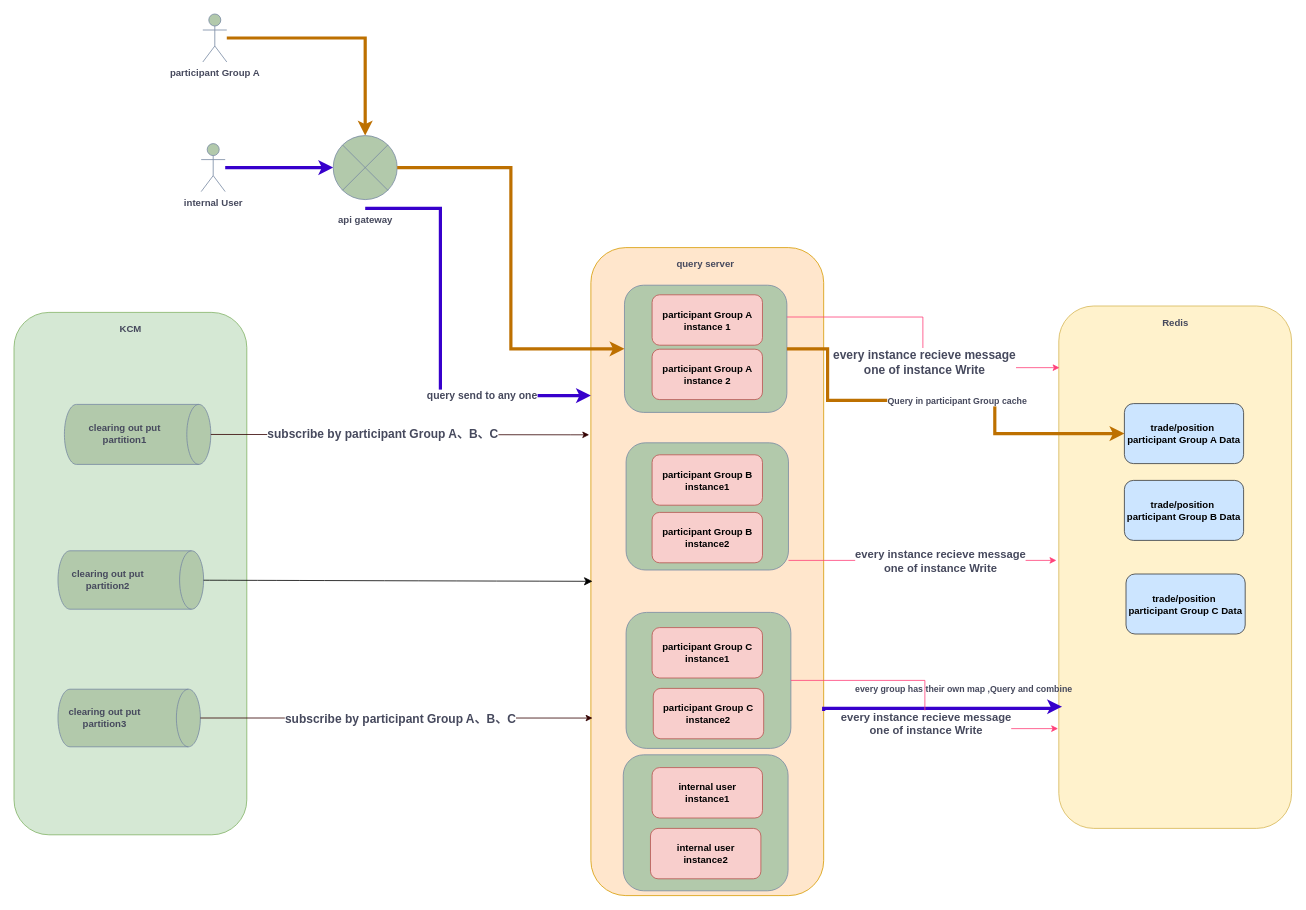
Above: Untitled Diagram.drawio in dcleon036/RedisLearn (draw.io), before the change. Source tidied: cells renumbered, new cells numbered last; positions are measured from the earlier drawing's top-left corner, leaving out a move shared by most shapes. Both pictures are drawn from the tidied source at 80%, with x=0, y=0 at pixel (14, 14).
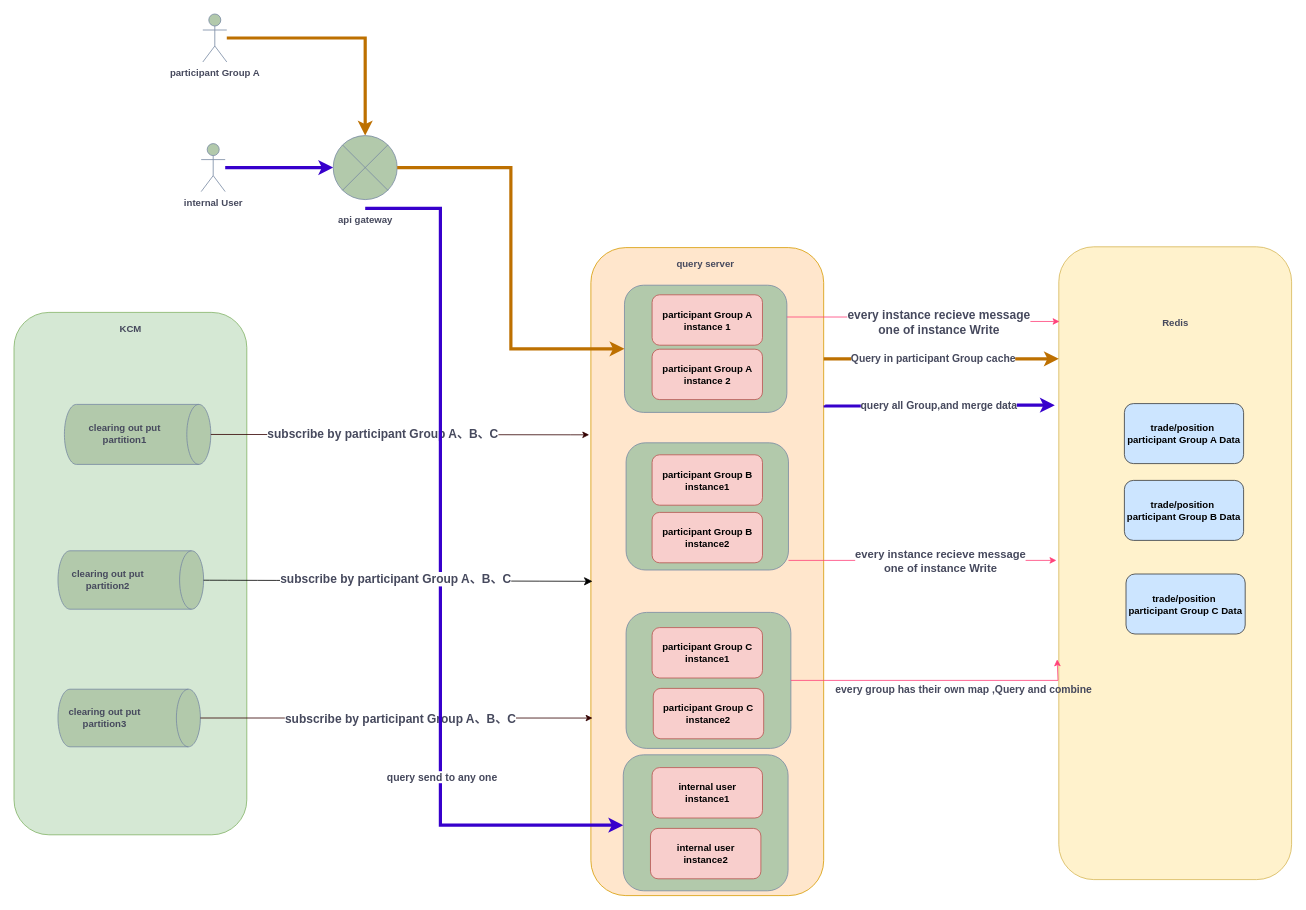
The same diagram, later.

The change refers to these unchanged cells:
```xml
<mxCell id="10" style="rounded=1;whiteSpace=wrap;html=1;fillColor=#ffe6cc;strokeColor=#d79b00;fontStyle=1;" parent="1" vertex="1">
  <mxGeometry x="721.1" y="292" width="291" height="810" as="geometry" />
</mxCell>
<mxCell id="17" value="api gateway" style="text;html=1;align=center;verticalAlign=middle;whiteSpace=wrap;rounded=0;fontColor=#46495D;fontStyle=1;" parent="1" vertex="1">
  <mxGeometry x="379.5" y="243" width="119" height="30" as="geometry" />
</mxCell>
<mxCell id="28" style="rounded=1;whiteSpace=wrap;html=1;strokeColor=#788AA3;fontColor=#46495D;fillColor=#B2C9AB;fontStyle=1;" parent="1" vertex="1">
  <mxGeometry x="765.1" y="748" width="206" height="170" as="geometry" />
</mxCell>
<mxCell id="36" style="rounded=1;whiteSpace=wrap;html=1;strokeColor=#788AA3;fontColor=#46495D;fillColor=#B2C9AB;fontStyle=1;" parent="1" vertex="1">
  <mxGeometry x="763.1" y="339" width="203" height="159" as="geometry" />
</mxCell>
<mxCell id="49" value="&lt;span style=&quot;text-wrap: nowrap;&quot;&gt;trade/position&amp;nbsp;&lt;br&gt;participant Group A Data&lt;/span&gt;" style="rounded=1;whiteSpace=wrap;html=1;strokeColor=#36393d;fillColor=#cce5ff;fontStyle=1;" parent="1" vertex="1">
  <mxGeometry x="1388" y="487" width="149" height="75" as="geometry" />
</mxCell>
<mxCell id="51" style="rounded=1;whiteSpace=wrap;html=1;strokeColor=#788AA3;fontColor=#46495D;fillColor=#B2C9AB;fontStyle=1;" parent="1" vertex="1">
  <mxGeometry x="761.6" y="926" width="206" height="170" as="geometry" />
</mxCell>
```

What changed in the source:
```diff
@@
     <mxCell id="22" style="rounded=1;whiteSpace=wrap;html=1;fillColor=#fff2cc;strokeColor=#d6b656;fontStyle=1;" parent="1" vertex="1">
-      <mxGeometry x="1306" y="365" width="291" height="653" as="geometry" />
+      <mxGeometry x="1306" y="291" width="291" height="791" as="geometry" />
     </mxCell>
@@
-    <mxCell id="25" style="edgeStyle=orthogonalEdgeStyle;rounded=0;jettySize=auto;html=1;strokeColor=#3700CC;fontColor=#46495D;fillColor=#6a00ff;strokeWidth=4;align=center;verticalAlign=middle;fontFamily=Helvetica;fontSize=11;labelBackgroundColor=default;endArrow=classic;exitX=0.5;exitY=0;exitDx=0;exitDy=0;fontStyle=1;" parent="1" edge="1" source="17" target="10">
+    <mxCell id="25" style="edgeStyle=orthogonalEdgeStyle;rounded=0;jettySize=auto;html=1;strokeColor=#3700CC;fontColor=#46495D;fillColor=#6a00ff;strokeWidth=4;align=center;verticalAlign=middle;fontFamily=Helvetica;fontSize=11;labelBackgroundColor=default;endArrow=classic;exitX=0.5;exitY=0;exitDx=0;exitDy=0;fontStyle=1;" parent="1" edge="1" source="17" target="51">
       <mxGeometry relative="1" as="geometry">
         <Array as="points">
           <mxPoint x="533" y="243" />
-          <mxPoint x="533" y="477" />
+          <mxPoint x="533" y="1014" />
         </Array>
       </mxGeometry>
     </mxCell>
@@
-    <mxCell id="40" style="edgeStyle=orthogonalEdgeStyle;rounded=0;jettySize=auto;html=1;strokeColor=#BD7000;fontColor=#46495D;fillColor=#f0a30a;strokeWidth=4;exitX=1;exitY=0.5;exitDx=0;exitDy=0;fontStyle=1;entryX=0;entryY=0.5;entryDx=0;entryDy=0;" parent="1" edge="1" source="36" target="49">
+    <mxCell id="40" style="edgeStyle=orthogonalEdgeStyle;rounded=0;jettySize=auto;html=1;strokeColor=#BD7000;fontColor=#46495D;fillColor=#f0a30a;strokeWidth=4;fontStyle=1;" parent="1" edge="1" source="10" target="22">
       <mxGeometry relative="1" as="geometry">
         <Array as="points">
-          <mxPoint x="1017" y="483" />
-          <mxPoint x="1226" y="483" />
-          <mxPoint x="1226" y="525" />
+          <mxPoint x="1231" y="431" />
+          <mxPoint x="1231" y="431" />
         </Array>
       </mxGeometry>
     </mxCell>
-    <mxCell id="41" value="Query in participant Group cache" style="edgeLabel;html=1;align=center;verticalAlign=middle;strokeColor=#788AA3;fontColor=#46495D;fillColor=#B2C9AB;fontStyle=1;" parent="40" vertex="1">
-      <mxGeometry x="0.05" relative="1" as="geometry" />
+    <mxCell id="41" value="&lt;font style=&quot;font-size: 13px;&quot;&gt;Query in participant Group cache&lt;/font&gt;" style="edgeLabel;html=1;align=center;verticalAlign=middle;strokeColor=#788AA3;fontColor=#46495D;fillColor=#B2C9AB;fontStyle=1;" parent="40" vertex="1">
+      <mxGeometry x="0.05" relative="1" as="geometry">
+        <mxPoint x="-18" y="-2" as="offset" />
+      </mxGeometry>
     </mxCell>
-    <mxCell id="42" style="edgeStyle=orthogonalEdgeStyle;rounded=0;jettySize=auto;html=1;entryX=0.014;entryY=0.767;entryDx=0;entryDy=0;strokeColor=#3700CC;fontColor=#46495D;fillColor=#6a00ff;strokeWidth=4;align=center;verticalAlign=middle;fontFamily=Helvetica;fontSize=11;labelBackgroundColor=default;endArrow=classic;entryPerimeter=0;fontStyle=1;exitX=1;exitY=0.715;exitDx=0;exitDy=0;exitPerimeter=0;" parent="1" edge="1" source="10" target="22">
-      <mxGeometry relative="1" as="geometry">
-        <Array as="points">
-          <mxPoint x="1012" y="868" />
-          <mxPoint x="1298" y="868" />
-          <mxPoint x="1298" y="866" />
-        </Array>
-      </mxGeometry>
-    </mxCell>
-    <mxCell id="43" style="edgeLabel;html=1;align=center;verticalAlign=middle;strokeColor=#788AA3;fontColor=#46495D;fillColor=#B2C9AB;fontStyle=1;" parent="42" vertex="1">
-      <mxGeometry x="-0.13" relative="1" as="geometry">
-        <mxPoint x="-1" as="offset" />
-      </mxGeometry>
-    </mxCell>
-    <mxCell id="44" style="edgeStyle=orthogonalEdgeStyle;rounded=0;jettySize=auto;html=1;entryX=-0.003;entryY=0.809;entryDx=0;entryDy=0;strokeColor=#FF4079;fontColor=#46495D;fillColor=#ffff88;exitX=1;exitY=0.5;exitDx=0;exitDy=0;entryPerimeter=0;fontStyle=1;" parent="1" edge="1" source="28" target="22">
-      <mxGeometry relative="1" as="geometry" />
+    <mxCell id="44" style="edgeStyle=orthogonalEdgeStyle;rounded=0;jettySize=auto;html=1;entryX=-0.007;entryY=0.652;entryDx=0;entryDy=0;strokeColor=#FF4079;fontColor=#46495D;fillColor=#ffff88;exitX=1;exitY=0.5;exitDx=0;exitDy=0;entryPerimeter=0;fontStyle=1;" parent="1" edge="1" source="28" target="22">
+      <mxGeometry relative="1" as="geometry">
+        <Array as="points">
+          <mxPoint x="1305" y="833" />
+        </Array>
+      </mxGeometry>
     </mxCell>
-    <mxCell id="45" value="&lt;font style=&quot;font-size: 14px;&quot;&gt;every instance recieve message&lt;br&gt;one of instance Write&lt;/font&gt;" style="edgeLabel;html=1;align=center;verticalAlign=middle;strokeColor=#788AA3;fontColor=#46495D;fillColor=#B2C9AB;fontStyle=1;" parent="44" vertex="1">
-      <mxGeometry x="0.12" relative="1" as="geometry">
-        <mxPoint x="1" as="offset" />
-      </mxGeometry>
-    </mxCell>
@@
-    <mxCell id="48" value="&lt;span style=&quot;font-size: 11px;&quot;&gt;every group has their own map ,Query and combine&lt;/span&gt;" style="text;html=1;align=center;verticalAlign=middle;strokeColor=none;fillColor=none;fontColor=#46495D;fontStyle=1;" parent="1" vertex="1">
-      <mxGeometry x="1051" y="831" width="271" height="26" as="geometry" />
+    <mxCell id="48" value="&lt;font style=&quot;font-size: 13px;&quot;&gt;every group has their own map ,Query and combine&lt;/font&gt;" style="text;html=1;align=center;verticalAlign=middle;strokeColor=none;fillColor=none;fontColor=#46495D;fontStyle=1;" parent="1" vertex="1">
+      <mxGeometry x="1028" y="830" width="317" height="28" as="geometry" />
     </mxCell>
@@
+    <mxCell id="55" value="&lt;span style=&quot;font-size: 15px;&quot;&gt;subscribe by participant Group A、B、C&lt;/span&gt;" style="edgeLabel;html=1;align=center;verticalAlign=middle;strokeColor=#788AA3;fontColor=#46495D;fillColor=#B2C9AB;fontStyle=1;" parent="1" vertex="1">
+      <mxGeometry x="476" y="705" as="geometry" />
+    </mxCell>
+    <mxCell id="56" style="edgeStyle=orthogonalEdgeStyle;rounded=0;orthogonalLoop=1;jettySize=auto;html=1;strokeColor=#3700CC;fontColor=#46495D;fillColor=#6a00ff;strokeWidth=4;align=center;verticalAlign=middle;fontFamily=Helvetica;fontSize=11;labelBackgroundColor=default;endArrow=classic;fontStyle=1;entryX=-0.007;entryY=0.24;entryDx=0;entryDy=0;entryPerimeter=0;" parent="1" edge="1">
+      <mxGeometry relative="1" as="geometry">
+        <mxPoint x="1014" y="489" as="sourcePoint" />
+        <mxPoint x="1301" y="489" as="targetPoint" />
+        <Array as="points">
+          <mxPoint x="1163" y="490" />
+          <mxPoint x="1163" y="489" />
+        </Array>
+      </mxGeometry>
+    </mxCell>
+    <mxCell id="57" style="edgeLabel;html=1;align=center;verticalAlign=middle;strokeColor=#788AA3;fontColor=#46495D;fillColor=#B2C9AB;fontStyle=1;" parent="56" vertex="1">
+      <mxGeometry x="0.45" y="1" relative="1" as="geometry" />
+    </mxCell>
+    <mxCell id="58" value="&lt;font style=&quot;font-size: 13px;&quot;&gt;query all Group,and merge data&lt;/font&gt;" style="edgeLabel;html=1;align=center;verticalAlign=middle;strokeColor=#788AA3;fontColor=#46495D;fillColor=#B2C9AB;fontStyle=1;" parent="56" vertex="1">
+      <mxGeometry x="0.47" y="1" relative="1" as="geometry">
+        <mxPoint x="-69" as="offset" />
+      </mxGeometry>
+    </mxCell>
```
